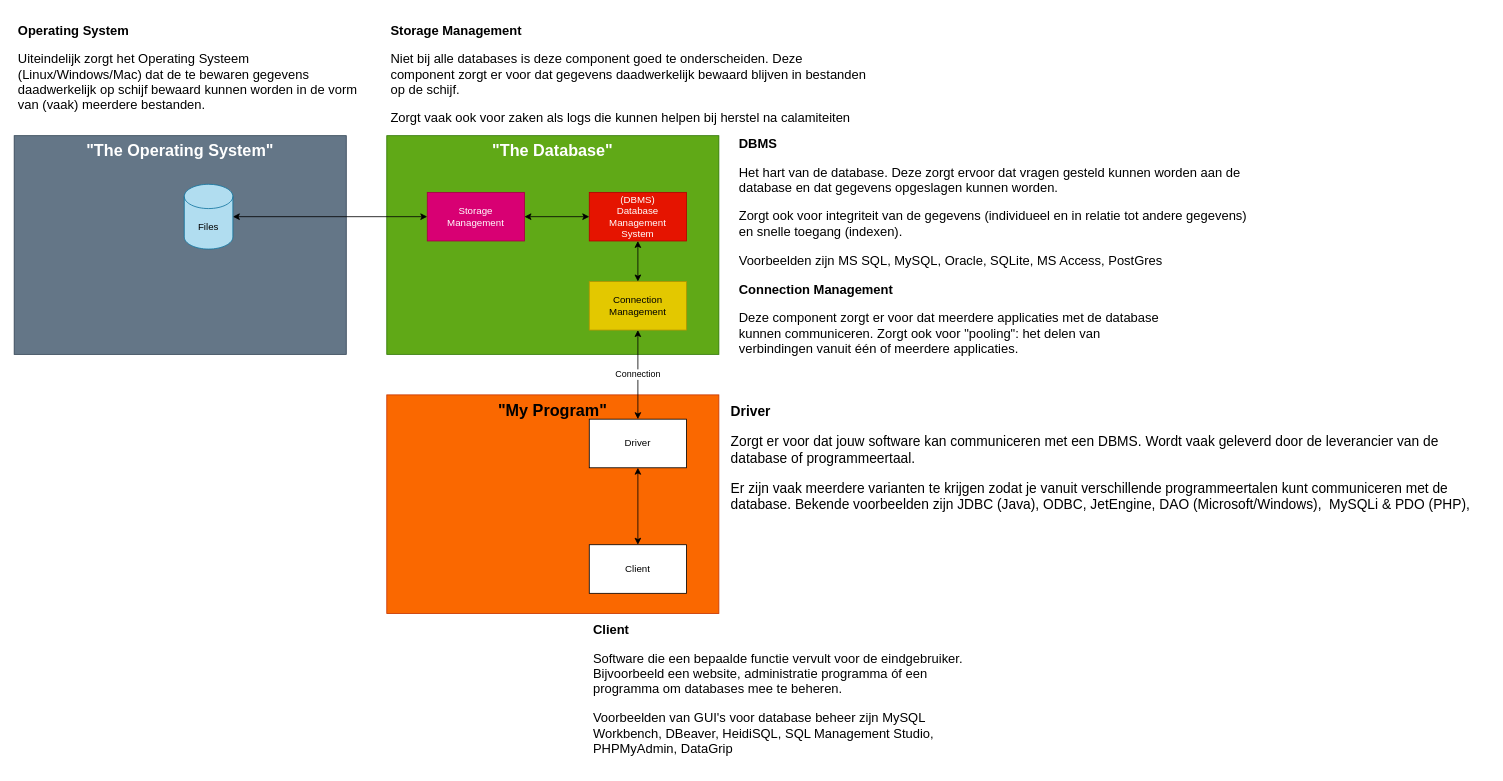
The draw.io diagram page "DBMS" (2 of 10) of Docs/Diagrams.drawio in NHLStenden/SQLTutorial, before the edit. Source tidied: cells renumbered, new cells numbered last; positions are measured from the earlier drawing's top-left corner, leaving out a move shared by most shapes. Both pictures are drawn from the tidied source at 81%, with x=0, y=0 at pixel (14, 22).
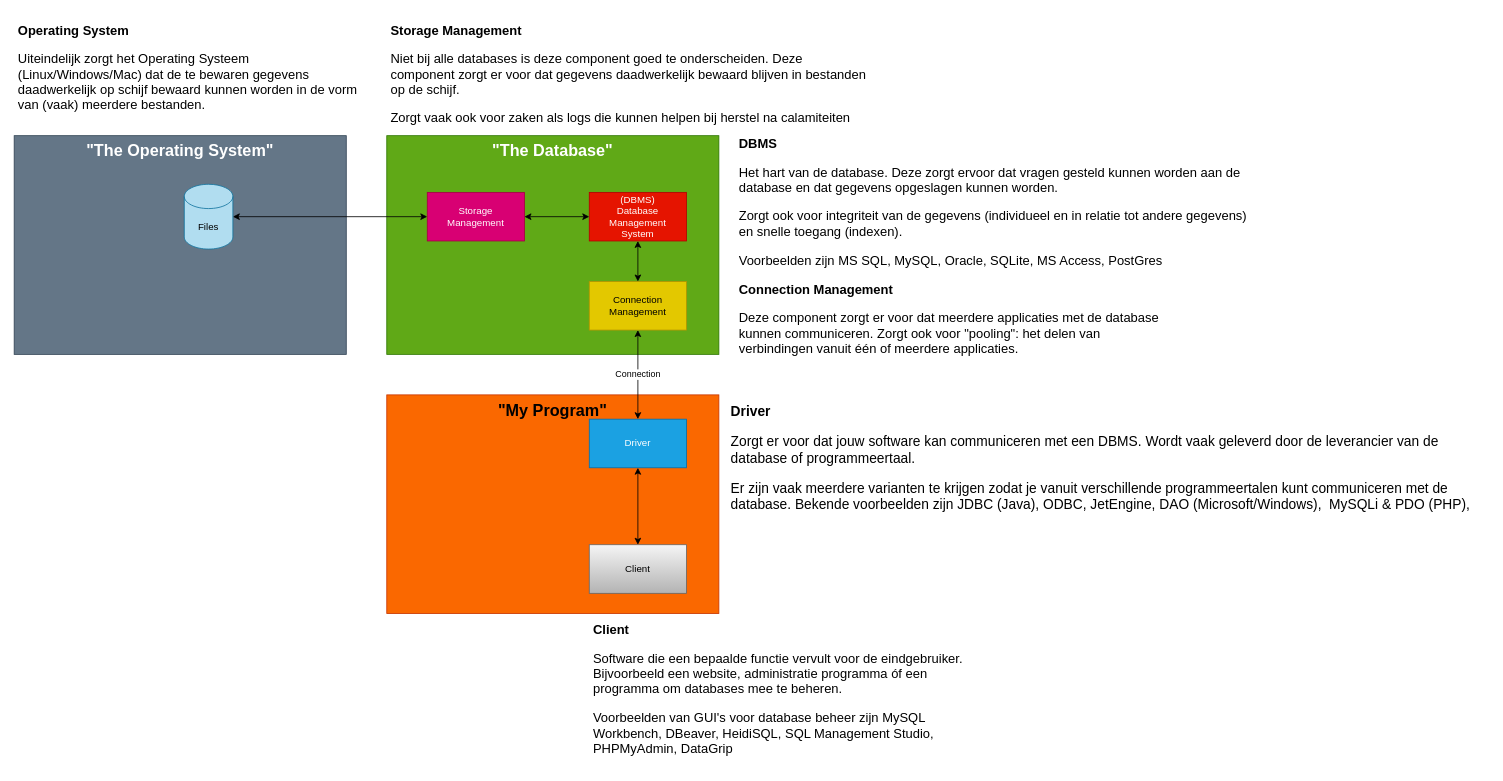
After the change.

What changed in the source:
```diff
@@
-    <mxCell id="11" value="Client" style="rounded=0;whiteSpace=wrap;html=1;" parent="1" vertex="1">
+    <mxCell id="11" value="Client" style="rounded=0;whiteSpace=wrap;html=1;fillColor=#f5f5f5;strokeColor=#666666;gradientColor=#b3b3b3;" parent="1" vertex="1">
       <mxGeometry x="710" y="645" width="120" height="60" as="geometry" />
     </mxCell>
@@
-    <mxCell id="15" value="Driver" style="rounded=0;whiteSpace=wrap;html=1;" parent="1" vertex="1">
+    <mxCell id="15" value="Driver" style="rounded=0;whiteSpace=wrap;html=1;fillColor=#1ba1e2;strokeColor=#006EAF;fontColor=#ffffff;" parent="1" vertex="1">
       <mxGeometry x="710" y="490" width="120" height="60" as="geometry" />
     </mxCell>
```
